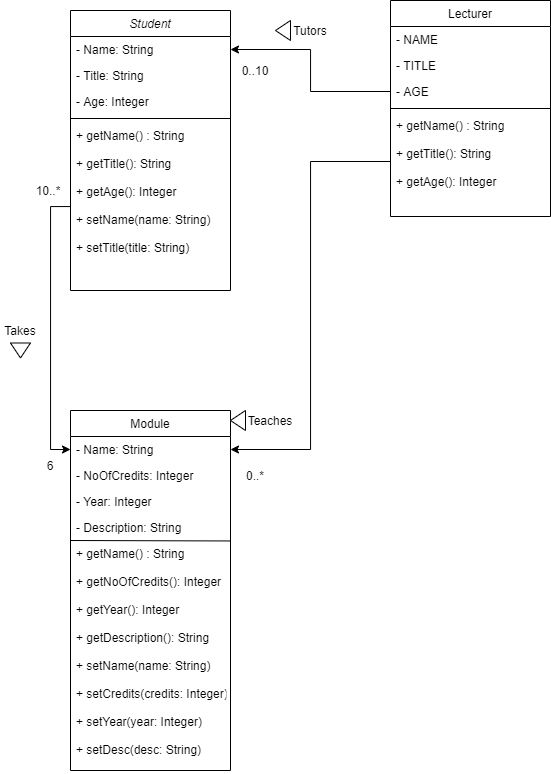
Earlier version of the draw.io export Lab 2/Lab2UmlDiagram.png (RealMarkSussex/Object-Oriented-Design-Labs). Source tidied: cells renumbered, new cells last; positions are measured from the earlier drawing's top-left corner, leaving out a move shared by most shapes. Its diagram source:
```xml
<mxGraphModel>
  <root>
    <mxCell id="0" />
    <mxCell id="1" parent="0" />
    <mxCell id="2" value="Student" style="swimlane;fontStyle=2;align=center;verticalAlign=top;horizontal=1;startSize=26;rounded=0;shadow=0;strokeWidth=1;" parent="1" vertex="1">
      <mxGeometry x="70" y="10" width="160" height="280" as="geometry" />
    </mxCell>
    <mxCell id="3" value="- Name: String" style="text;align=left;verticalAlign=top;spacingLeft=4;spacingRight=4;overflow=hidden;points=[[0,0.5],[1,0.5]];portConstraint=eastwest;" parent="2" vertex="1">
      <mxGeometry y="26" width="160" height="26" as="geometry" />
    </mxCell>
    <mxCell id="4" value="- Title: String" style="text;align=left;verticalAlign=top;spacingLeft=4;spacingRight=4;overflow=hidden;rounded=0;shadow=0;html=0;" parent="2" vertex="1">
      <mxGeometry y="52" width="160" height="26" as="geometry" />
    </mxCell>
    <mxCell id="5" value="- Age: Integer" style="text;align=left;verticalAlign=top;spacingLeft=4;spacingRight=4;overflow=hidden;rounded=0;shadow=0;html=0;" parent="2" vertex="1">
      <mxGeometry y="78" width="160" height="26" as="geometry" />
    </mxCell>
    <mxCell id="6" style="line;html=1;strokeWidth=1;align=left;verticalAlign=middle;spacingTop=-1;spacingLeft=3;spacingRight=3;labelPosition=right;" parent="2" vertex="1">
      <mxGeometry y="104" width="160" height="8" as="geometry" />
    </mxCell>
    <mxCell id="7" value="+ getName() : String&#10;&#10;+ getTitle(): String&#10;&#10;+ getAge(): Integer&#10;&#10;+ setName(name: String)&#10;&#10;+ setTitle(title: String)" style="text;align=left;verticalAlign=top;spacingLeft=4;spacingRight=4;overflow=hidden;points=[[0,0.5],[1,0.5]];portConstraint=eastwest;" parent="2" vertex="1">
      <mxGeometry y="112" width="160" height="168" as="geometry" />
    </mxCell>
    <mxCell id="8" value="Lecturer" style="swimlane;fontStyle=0;align=center;verticalAlign=top;horizontal=1;startSize=26;rounded=0;shadow=0;strokeWidth=1;" parent="1" vertex="1">
      <mxGeometry x="390" width="160" height="216" as="geometry" />
    </mxCell>
    <mxCell id="9" value="- NAME" style="text;align=left;verticalAlign=top;spacingLeft=4;spacingRight=4;overflow=hidden;" parent="8" vertex="1">
      <mxGeometry y="26" width="160" height="26" as="geometry" />
    </mxCell>
    <mxCell id="10" value="- TITLE" style="text;align=left;verticalAlign=top;spacingLeft=4;spacingRight=4;overflow=hidden;points=[[0,0.5],[1,0.5]];portConstraint=eastwest;rounded=0;shadow=0;html=0;" parent="8" vertex="1">
      <mxGeometry y="52" width="160" height="26" as="geometry" />
    </mxCell>
    <mxCell id="11" value="- AGE" style="text;align=left;verticalAlign=top;spacingLeft=4;spacingRight=4;overflow=hidden;points=[[0,0.5],[1,0.5]];portConstraint=eastwest;rounded=0;shadow=0;html=0;" parent="8" vertex="1">
      <mxGeometry y="78" width="160" height="26" as="geometry" />
    </mxCell>
    <mxCell id="12" style="line;html=1;strokeWidth=1;align=left;verticalAlign=middle;spacingTop=-1;spacingLeft=3;spacingRight=3;labelPosition=right;" parent="8" vertex="1">
      <mxGeometry y="104" width="160" height="8" as="geometry" />
    </mxCell>
    <mxCell id="13" value="+ getName() : String&#10;&#10;+ getTitle(): String&#10;&#10;+ getAge(): Integer" style="text;align=left;verticalAlign=top;spacingLeft=4;spacingRight=4;overflow=hidden;points=[[0,0.5],[1,0.5]];portConstraint=eastwest;" parent="8" vertex="1">
      <mxGeometry y="112" width="160" height="98" as="geometry" />
    </mxCell>
    <mxCell id="14" style="edgeStyle=orthogonalEdgeStyle;rounded=0;jettySize=auto;html=1;entryX=1;entryY=0.5;entryDx=0;entryDy=0;" parent="1" edge="1" source="11" target="3">
      <mxGeometry relative="1" as="geometry" />
    </mxCell>
    <mxCell id="15" value="Tutors" style="text;html=1;strokeColor=none;fillColor=none;align=center;verticalAlign=middle;whiteSpace=wrap;rounded=0;" parent="1" vertex="1">
      <mxGeometry x="290" y="20" width="40" height="20" as="geometry" />
    </mxCell>
    <mxCell id="16" style="triangle;whiteSpace=wrap;html=1;rotation=-180;" parent="1" vertex="1">
      <mxGeometry x="275" y="20" width="15" height="20" as="geometry" />
    </mxCell>
    <mxCell id="17" value="0..10" style="text;html=1;strokeColor=none;fillColor=none;align=center;verticalAlign=middle;whiteSpace=wrap;rounded=0;" parent="1" vertex="1">
      <mxGeometry x="235" y="60" width="40" height="20" as="geometry" />
    </mxCell>
    <mxCell id="18" value="Module" style="swimlane;fontStyle=0;align=center;verticalAlign=top;horizontal=1;startSize=26;rounded=0;shadow=0;strokeWidth=1;" parent="1" vertex="1">
      <mxGeometry x="70" y="410" width="160" height="360" as="geometry" />
    </mxCell>
    <mxCell id="19" value="- Name: String" style="text;align=left;verticalAlign=top;spacingLeft=4;spacingRight=4;overflow=hidden;points=[[0,0.5],[1,0.5]];portConstraint=eastwest;" parent="18" vertex="1">
      <mxGeometry y="26" width="160" height="26" as="geometry" />
    </mxCell>
    <mxCell id="20" value="- NoOfCredits: Integer" style="text;align=left;verticalAlign=top;spacingLeft=4;spacingRight=4;overflow=hidden;rounded=0;shadow=0;html=0;" parent="18" vertex="1">
      <mxGeometry y="52" width="160" height="26" as="geometry" />
    </mxCell>
    <mxCell id="21" value="- Year: Integer" style="text;align=left;verticalAlign=top;spacingLeft=4;spacingRight=4;overflow=hidden;rounded=0;shadow=0;html=0;" parent="18" vertex="1">
      <mxGeometry y="78" width="160" height="26" as="geometry" />
    </mxCell>
    <mxCell id="22" style="endArrow=none;html=1;" parent="18" edge="1" target="26">
      <mxGeometry relative="1" as="geometry">
        <mxPoint y="130" as="sourcePoint" />
      </mxGeometry>
    </mxCell>
    <mxCell id="23" value="- Description: String" style="text;align=left;verticalAlign=top;spacingLeft=4;spacingRight=4;overflow=hidden;rounded=0;shadow=0;html=0;" parent="18" vertex="1">
      <mxGeometry y="104" width="160" height="26" as="geometry" />
    </mxCell>
    <mxCell id="24" style="endArrow=none;html=1;" parent="18" edge="1" target="26">
      <mxGeometry relative="1" as="geometry">
        <mxPoint y="160" as="sourcePoint" />
      </mxGeometry>
    </mxCell>
    <mxCell id="25" style="endArrow=none;html=1;entryX=1;entryY=0.002;entryDx=0;entryDy=0;entryPerimeter=0;" parent="18" edge="1" target="26">
      <mxGeometry relative="1" as="geometry">
        <mxPoint y="130" as="sourcePoint" />
      </mxGeometry>
    </mxCell>
    <mxCell id="26" value="+ getName() : String&#10;&#10;+ getNoOfCredits(): Integer&#10;&#10;+ getYear(): Integer&#10;&#10;+ getDescription(): String&#10;&#10;+ setName(name: String)&#10;&#10;+ setCredits(credits: Integer)&#10;&#10;+ setYear(year: Integer)&#10;&#10;+ setDesc(desc: String)" style="text;align=left;verticalAlign=top;spacingLeft=4;spacingRight=4;overflow=hidden;points=[[0,0.5],[1,0.5]];portConstraint=eastwest;" parent="18" vertex="1">
      <mxGeometry y="130" width="160" height="230" as="geometry" />
    </mxCell>
    <mxCell id="27" style="edgeStyle=orthogonalEdgeStyle;rounded=0;jettySize=auto;html=1;entryX=1;entryY=0.5;entryDx=0;entryDy=0;" parent="1" edge="1" source="13" target="19">
      <mxGeometry relative="1" as="geometry" />
    </mxCell>
    <mxCell id="28" value="0..*" style="text;html=1;strokeColor=none;fillColor=none;align=center;verticalAlign=middle;whiteSpace=wrap;rounded=0;" parent="1" vertex="1">
      <mxGeometry x="235" y="465" width="40" height="20" as="geometry" />
    </mxCell>
    <mxCell id="29" value="Teaches" style="text;html=1;strokeColor=none;fillColor=none;align=center;verticalAlign=middle;whiteSpace=wrap;rounded=0;" parent="1" vertex="1">
      <mxGeometry x="250" y="410" width="40" height="20" as="geometry" />
    </mxCell>
    <mxCell id="30" style="edgeStyle=orthogonalEdgeStyle;rounded=0;jettySize=auto;html=1;entryX=0;entryY=0.5;entryDx=0;entryDy=0;" parent="1" edge="1" source="7" target="19">
      <mxGeometry relative="1" as="geometry" />
    </mxCell>
    <mxCell id="31" style="triangle;whiteSpace=wrap;html=1;rotation=-180;" parent="1" vertex="1">
      <mxGeometry x="230" y="410" width="15" height="20" as="geometry" />
    </mxCell>
    <mxCell id="32" value="Takes" style="text;html=1;strokeColor=none;fillColor=none;align=center;verticalAlign=middle;whiteSpace=wrap;rounded=0;" parent="1" vertex="1">
      <mxGeometry y="320" width="40" height="20" as="geometry" />
    </mxCell>
    <mxCell id="33" style="triangle;whiteSpace=wrap;html=1;rotation=90;" parent="1" vertex="1">
      <mxGeometry x="12.5" y="340" width="15" height="20" as="geometry" />
    </mxCell>
    <mxCell id="34" value="6" style="text;html=1;strokeColor=none;fillColor=none;align=center;verticalAlign=middle;whiteSpace=wrap;rounded=0;" parent="1" vertex="1">
      <mxGeometry x="30" y="455" width="40" height="20" as="geometry" />
    </mxCell>
    <mxCell id="35" value="10..*" style="text;html=1;strokeColor=none;fillColor=none;align=center;verticalAlign=middle;whiteSpace=wrap;rounded=0;" parent="1" vertex="1">
      <mxGeometry x="27.5" y="180" width="40" height="20" as="geometry" />
    </mxCell>
  </root>
</mxGraphModel>
```
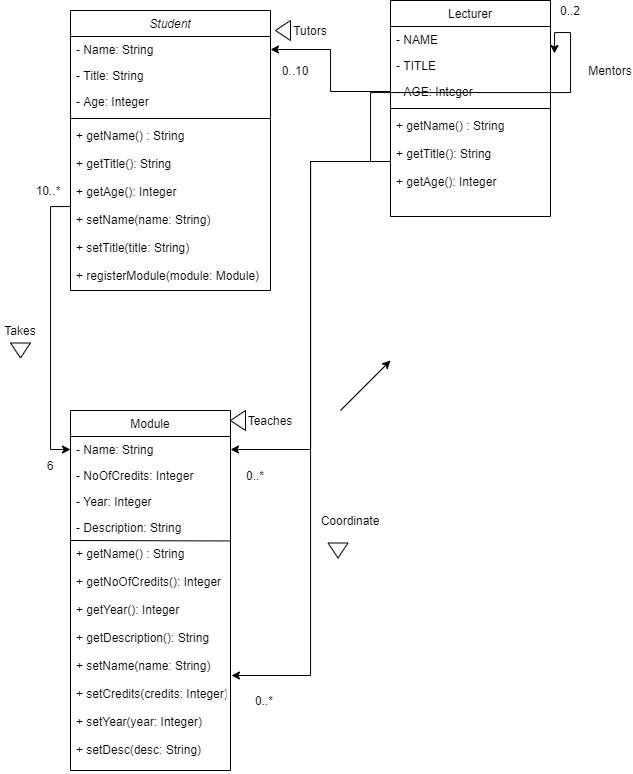
After the commit.

Commit message:
new and improved diagram

Diff of the diagram source:
```diff
@@ -3,22 +3,22 @@
     <mxCell id="0" />
     <mxCell id="1" parent="0" />
     <mxCell id="2" value="Student" style="swimlane;fontStyle=2;align=center;verticalAlign=top;horizontal=1;startSize=26;rounded=0;shadow=0;strokeWidth=1;" parent="1" vertex="1">
-      <mxGeometry x="70" y="10" width="160" height="280" as="geometry" />
+      <mxGeometry x="70" y="10" width="200" height="280" as="geometry" />
     </mxCell>
     <mxCell id="3" value="- Name: String" style="text;align=left;verticalAlign=top;spacingLeft=4;spacingRight=4;overflow=hidden;points=[[0,0.5],[1,0.5]];portConstraint=eastwest;" parent="2" vertex="1">
-      <mxGeometry y="26" width="160" height="26" as="geometry" />
+      <mxGeometry y="26" width="200" height="26" as="geometry" />
     </mxCell>
     <mxCell id="4" value="- Title: String" style="text;align=left;verticalAlign=top;spacingLeft=4;spacingRight=4;overflow=hidden;rounded=0;shadow=0;html=0;" parent="2" vertex="1">
-      <mxGeometry y="52" width="160" height="26" as="geometry" />
+      <mxGeometry y="52" width="200" height="26" as="geometry" />
     </mxCell>
     <mxCell id="5" value="- Age: Integer" style="text;align=left;verticalAlign=top;spacingLeft=4;spacingRight=4;overflow=hidden;rounded=0;shadow=0;html=0;" parent="2" vertex="1">
-      <mxGeometry y="78" width="160" height="26" as="geometry" />
+      <mxGeometry y="78" width="200" height="26" as="geometry" />
     </mxCell>
     <mxCell id="6" style="line;html=1;strokeWidth=1;align=left;verticalAlign=middle;spacingTop=-1;spacingLeft=3;spacingRight=3;labelPosition=right;" parent="2" vertex="1">
-      <mxGeometry y="104" width="160" height="8" as="geometry" />
+      <mxGeometry y="104" width="200" height="8" as="geometry" />
     </mxCell>
-    <mxCell id="7" value="+ getName() : String&#10;&#10;+ getTitle(): String&#10;&#10;+ getAge(): Integer&#10;&#10;+ setName(name: String)&#10;&#10;+ setTitle(title: String)" style="text;align=left;verticalAlign=top;spacingLeft=4;spacingRight=4;overflow=hidden;points=[[0,0.5],[1,0.5]];portConstraint=eastwest;" parent="2" vertex="1">
-      <mxGeometry y="112" width="160" height="168" as="geometry" />
+    <mxCell id="7" value="+ getName() : String&#10;&#10;+ getTitle(): String&#10;&#10;+ getAge(): Integer&#10;&#10;+ setName(name: String)&#10;&#10;+ setTitle(title: String)&#10;&#10;+ registerModule(module: Module)" style="text;align=left;verticalAlign=top;spacingLeft=4;spacingRight=4;overflow=hidden;points=[[0,0.5],[1,0.5]];portConstraint=eastwest;" parent="2" vertex="1">
+      <mxGeometry y="112" width="200" height="168" as="geometry" />
     </mxCell>
     <mxCell id="8" value="Lecturer" style="swimlane;fontStyle=0;align=center;verticalAlign=top;horizontal=1;startSize=26;rounded=0;shadow=0;strokeWidth=1;" parent="1" vertex="1">
       <mxGeometry x="390" width="160" height="216" as="geometry" />
@@ -29,12 +29,15 @@
     <mxCell id="10" value="- TITLE" style="text;align=left;verticalAlign=top;spacingLeft=4;spacingRight=4;overflow=hidden;points=[[0,0.5],[1,0.5]];portConstraint=eastwest;rounded=0;shadow=0;html=0;" parent="8" vertex="1">
       <mxGeometry y="52" width="160" height="26" as="geometry" />
     </mxCell>
-    <mxCell id="11" value="- AGE" style="text;align=left;verticalAlign=top;spacingLeft=4;spacingRight=4;overflow=hidden;points=[[0,0.5],[1,0.5]];portConstraint=eastwest;rounded=0;shadow=0;html=0;" parent="8" vertex="1">
+    <mxCell id="11" value="- AGE: Integer" style="text;align=left;verticalAlign=top;spacingLeft=4;spacingRight=4;overflow=hidden;points=[[0,0.5],[1,0.5]];portConstraint=eastwest;rounded=0;shadow=0;html=0;" parent="8" vertex="1">
       <mxGeometry y="78" width="160" height="26" as="geometry" />
     </mxCell>
     <mxCell id="12" style="line;html=1;strokeWidth=1;align=left;verticalAlign=middle;spacingTop=-1;spacingLeft=3;spacingRight=3;labelPosition=right;" parent="8" vertex="1">
       <mxGeometry y="104" width="160" height="8" as="geometry" />
     </mxCell>
+    <mxCell id="36" style="edgeStyle=orthogonalEdgeStyle;rounded=0;jettySize=auto;html=1;entryX=1.025;entryY=0.038;entryDx=0;entryDy=0;entryPerimeter=0;" parent="8" edge="1" source="13" target="10">
+      <mxGeometry relative="1" as="geometry" />
+    </mxCell>
     <mxCell id="13" value="+ getName() : String&#10;&#10;+ getTitle(): String&#10;&#10;+ getAge(): Integer" style="text;align=left;verticalAlign=top;spacingLeft=4;spacingRight=4;overflow=hidden;points=[[0,0.5],[1,0.5]];portConstraint=eastwest;" parent="8" vertex="1">
       <mxGeometry y="112" width="160" height="98" as="geometry" />
     </mxCell>
@@ -48,7 +51,7 @@
       <mxGeometry x="275" y="20" width="15" height="20" as="geometry" />
     </mxCell>
     <mxCell id="17" value="0..10" style="text;html=1;strokeColor=none;fillColor=none;align=center;verticalAlign=middle;whiteSpace=wrap;rounded=0;" parent="1" vertex="1">
-      <mxGeometry x="235" y="60" width="40" height="20" as="geometry" />
+      <mxGeometry x="275" y="60" width="40" height="20" as="geometry" />
     </mxCell>
     <mxCell id="18" value="Module" style="swimlane;fontStyle=0;align=center;verticalAlign=top;horizontal=1;startSize=26;rounded=0;shadow=0;strokeWidth=1;" parent="1" vertex="1">
       <mxGeometry x="70" y="410" width="160" height="360" as="geometry" />
@@ -110,5 +113,29 @@
     <mxCell id="35" value="10..*" style="text;html=1;strokeColor=none;fillColor=none;align=center;verticalAlign=middle;whiteSpace=wrap;rounded=0;" parent="1" vertex="1">
       <mxGeometry x="27.5" y="180" width="40" height="20" as="geometry" />
     </mxCell>
+    <mxCell id="37" style="endArrow=classic;html=1;" parent="1" edge="1">
+      <mxGeometry relative="1" as="geometry">
+        <mxPoint x="340" y="410" as="sourcePoint" />
+        <mxPoint x="390" y="360" as="targetPoint" />
+      </mxGeometry>
+    </mxCell>
+    <mxCell id="38" style="edgeStyle=orthogonalEdgeStyle;rounded=0;jettySize=auto;html=1;entryX=1.006;entryY=0.587;entryDx=0;entryDy=0;entryPerimeter=0;" parent="1" edge="1" source="13" target="26">
+      <mxGeometry relative="1" as="geometry" />
+    </mxCell>
+    <mxCell id="39" value="Coordinate" style="text;html=1;strokeColor=none;fillColor=none;align=center;verticalAlign=middle;whiteSpace=wrap;rounded=0;" parent="1" vertex="1">
+      <mxGeometry x="330" y="510" width="40" height="20" as="geometry" />
+    </mxCell>
+    <mxCell id="40" value="0..*" style="text;html=1;strokeColor=none;fillColor=none;align=center;verticalAlign=middle;whiteSpace=wrap;rounded=0;" parent="1" vertex="1">
+      <mxGeometry x="244" y="690" width="40" height="20" as="geometry" />
+    </mxCell>
+    <mxCell id="41" style="triangle;whiteSpace=wrap;html=1;rotation=90;" parent="1" vertex="1">
+      <mxGeometry x="330" y="540" width="15" height="20" as="geometry" />
+    </mxCell>
+    <mxCell id="42" value="Mentors" style="text;html=1;strokeColor=none;fillColor=none;align=center;verticalAlign=middle;whiteSpace=wrap;rounded=0;" parent="1" vertex="1">
+      <mxGeometry x="590" y="60" width="40" height="20" as="geometry" />
+    </mxCell>
+    <mxCell id="43" value="0..2" style="text;html=1;strokeColor=none;fillColor=none;align=center;verticalAlign=middle;whiteSpace=wrap;rounded=0;" parent="1" vertex="1">
+      <mxGeometry x="550" width="40" height="20" as="geometry" />
+    </mxCell>
   </root>
 </mxGraphModel>
```
